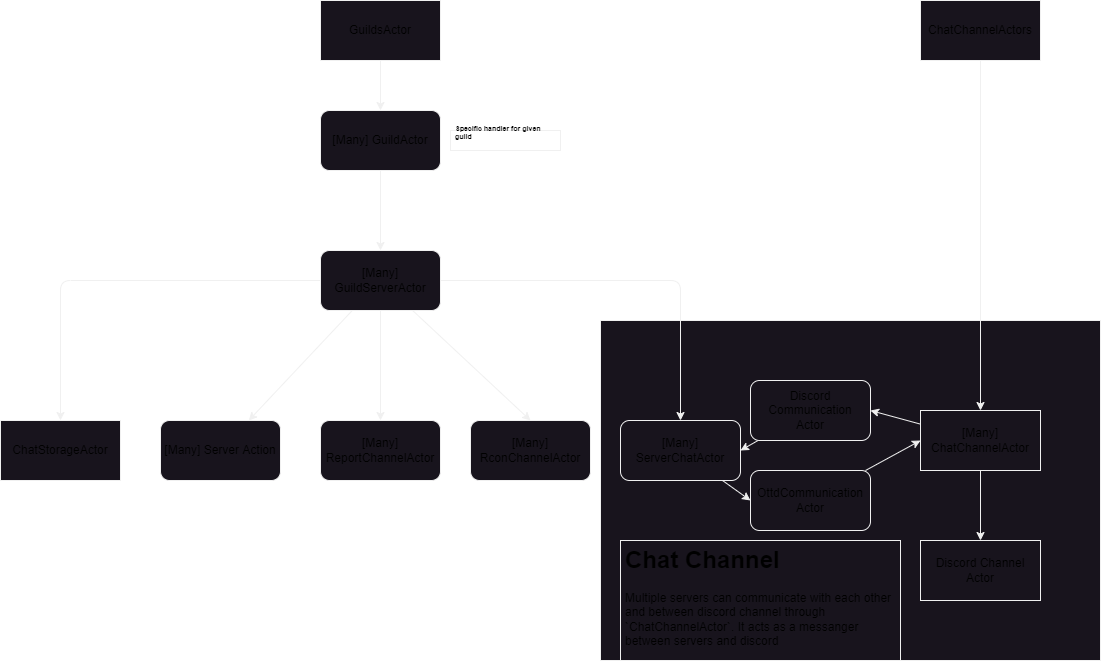
The draw.io diagram docs/akka.drawio.png in shoter/OpenttdDiscord, before a commit. Source tidied: cells renumbered, new cells last; positions are measured from the earlier drawing's top-left corner, leaving out a move shared by most shapes.
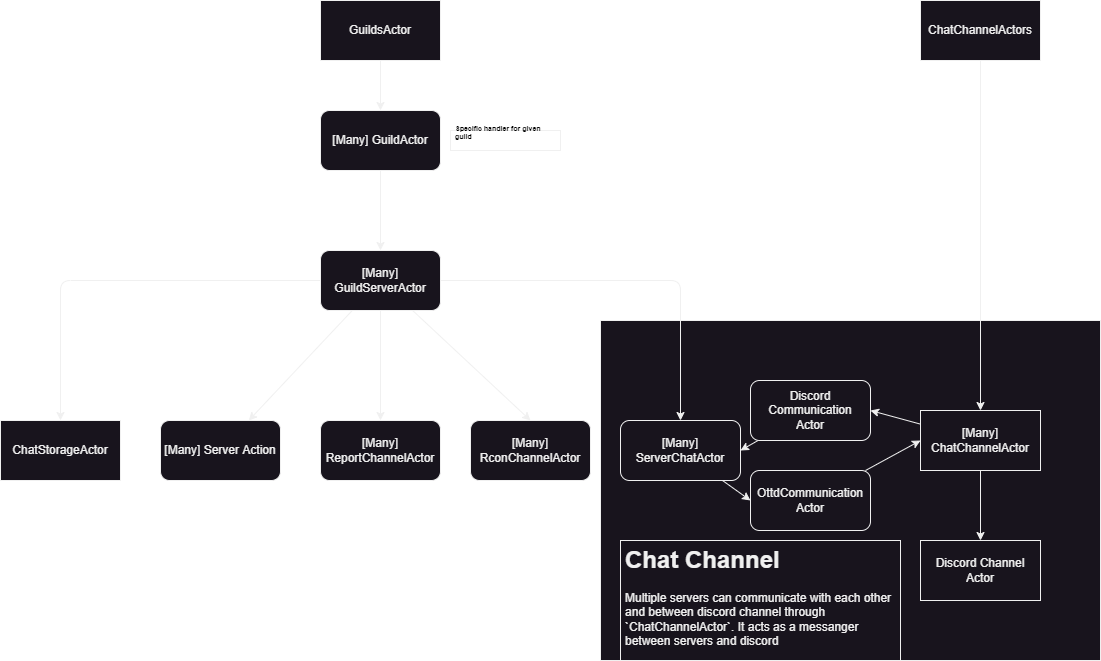
After the commit.

Commit message:
feat: font color in akka

Diff of the diagram source:
```diff
@@ -8,7 +8,7 @@
     <mxCell id="3" style="edgeStyle=none;html=1;strokeColor=#F0F0F0;" parent="1" edge="1" source="4" target="13">
       <mxGeometry relative="1" as="geometry" />
     </mxCell>
-    <mxCell id="4" value="[Many] GuildActor" style="rounded=1;whiteSpace=wrap;html=1;strokeColor=#f0f0f0;fillColor=#18141D;" parent="1" vertex="1">
+    <mxCell id="4" value="[Many] GuildActor" style="rounded=1;whiteSpace=wrap;html=1;strokeColor=#f0f0f0;fillColor=#18141D;fontColor=#F0F0F0;" parent="1" vertex="1">
       <mxGeometry x="320" y="110" width="120" height="60" as="geometry" />
     </mxCell>
     <mxCell id="5" value="&lt;h1 style=&quot;font-size: 7px;&quot;&gt;Specific handler for given guild&lt;/h1&gt;" style="text;html=1;strokeColor=#f0f0f0;fillColor=none;spacing=5;spacingTop=-20;whiteSpace=wrap;overflow=hidden;rounded=0;fontSize=7;verticalAlign=top;align=left;" parent="1" vertex="1">
@@ -17,7 +17,7 @@
     <mxCell id="6" style="edgeStyle=none;html=1;entryX=0.5;entryY=0;entryDx=0;entryDy=0;fontSize=12;strokeColor=#F0F0F0;" parent="1" edge="1" source="7" target="4">
       <mxGeometry relative="1" as="geometry" />
     </mxCell>
-    <mxCell id="7" value="GuildsActor" style="rounded=0;whiteSpace=wrap;html=1;fontSize=12;strokeColor=#f0f0f0;fillColor=#18141D;" parent="1" vertex="1">
+    <mxCell id="7" value="GuildsActor" style="rounded=0;whiteSpace=wrap;html=1;fontSize=12;strokeColor=#f0f0f0;fillColor=#18141D;fontColor=#F0F0F0;" parent="1" vertex="1">
       <mxGeometry x="320" width="120" height="60" as="geometry" />
     </mxCell>
     <mxCell id="8" style="edgeStyle=none;html=1;strokeColor=#F0F0F0;" parent="1" edge="1" source="13" target="14">
@@ -43,34 +43,34 @@
     <mxCell id="12" style="edgeStyle=none;html=1;entryX=0.5;entryY=0;entryDx=0;entryDy=0;strokeColor=#F0F0F0;" parent="1" edge="1" source="13" target="27">
       <mxGeometry relative="1" as="geometry" />
     </mxCell>
-    <mxCell id="13" value="[Many] GuildServerActor" style="rounded=1;whiteSpace=wrap;html=1;strokeColor=#f0f0f0;fillColor=#18141D;" parent="1" vertex="1">
+    <mxCell id="13" value="[Many] GuildServerActor" style="rounded=1;whiteSpace=wrap;html=1;strokeColor=#f0f0f0;fillColor=#18141D;fontColor=#F0F0F0;" parent="1" vertex="1">
       <mxGeometry x="320" y="250" width="120" height="60" as="geometry" />
     </mxCell>
-    <mxCell id="14" value="[Many] Server Action" style="rounded=1;whiteSpace=wrap;html=1;strokeColor=#f0f0f0;fillColor=#18141D;" parent="1" vertex="1">
+    <mxCell id="14" value="[Many] Server Action" style="rounded=1;whiteSpace=wrap;html=1;strokeColor=#f0f0f0;fillColor=#18141D;fontColor=#F0F0F0;" parent="1" vertex="1">
       <mxGeometry x="160" y="420" width="120" height="60" as="geometry" />
     </mxCell>
     <mxCell id="15" style="edgeStyle=none;html=1;entryX=0;entryY=0.5;entryDx=0;entryDy=0;strokeColor=#F0F0F0;" parent="1" edge="1" source="16" target="20">
       <mxGeometry relative="1" as="geometry" />
     </mxCell>
-    <mxCell id="16" value="[Many] ServerChatActor" style="rounded=1;whiteSpace=wrap;html=1;strokeColor=#f0f0f0;fillColor=#18141D;" parent="1" vertex="1">
+    <mxCell id="16" value="[Many] ServerChatActor" style="rounded=1;whiteSpace=wrap;html=1;strokeColor=#f0f0f0;fillColor=#18141D;fontColor=#F0F0F0;" parent="1" vertex="1">
       <mxGeometry x="620" y="420" width="120" height="60" as="geometry" />
     </mxCell>
     <mxCell id="17" style="edgeStyle=none;html=1;entryX=1;entryY=0.5;entryDx=0;entryDy=0;strokeColor=#F0F0F0;" parent="1" edge="1" source="18" target="16">
       <mxGeometry relative="1" as="geometry" />
     </mxCell>
-    <mxCell id="18" value="Discord Communication&lt;br&gt;Actor" style="rounded=1;whiteSpace=wrap;html=1;strokeColor=#f0f0f0;fillColor=#18141D;" parent="1" vertex="1">
+    <mxCell id="18" value="Discord Communication&lt;br&gt;Actor" style="rounded=1;whiteSpace=wrap;html=1;strokeColor=#f0f0f0;fillColor=#18141D;fontColor=#F0F0F0;" parent="1" vertex="1">
       <mxGeometry x="750" y="380" width="120" height="60" as="geometry" />
     </mxCell>
     <mxCell id="19" style="edgeStyle=none;html=1;entryX=0;entryY=0.5;entryDx=0;entryDy=0;strokeColor=#F0F0F0;" parent="1" edge="1" source="20" target="25">
       <mxGeometry relative="1" as="geometry" />
     </mxCell>
-    <mxCell id="20" value="OttdCommunication&lt;br&gt;Actor" style="rounded=1;whiteSpace=wrap;html=1;strokeColor=#f0f0f0;fillColor=#18141D;" parent="1" vertex="1">
+    <mxCell id="20" value="OttdCommunication&lt;br&gt;Actor" style="rounded=1;whiteSpace=wrap;html=1;strokeColor=#f0f0f0;fillColor=#18141D;fontColor=#F0F0F0;" parent="1" vertex="1">
       <mxGeometry x="750" y="470" width="120" height="60" as="geometry" />
     </mxCell>
     <mxCell id="21" style="edgeStyle=none;html=1;strokeColor=#F0F0F0;" parent="1" edge="1" source="22" target="25">
       <mxGeometry relative="1" as="geometry" />
     </mxCell>
-    <mxCell id="22" value="ChatChannelActors" style="rounded=0;whiteSpace=wrap;html=1;fontSize=12;strokeColor=#f0f0f0;fillColor=#18141D;" parent="1" vertex="1">
+    <mxCell id="22" value="ChatChannelActors" style="rounded=0;whiteSpace=wrap;html=1;fontSize=12;strokeColor=#f0f0f0;fillColor=#18141D;fontColor=#F0F0F0;" parent="1" vertex="1">
       <mxGeometry x="920" width="120" height="60" as="geometry" />
     </mxCell>
     <mxCell id="23" style="edgeStyle=none;html=1;strokeColor=#F0F0F0;" parent="1" edge="1" source="25" target="26">
@@ -79,22 +79,22 @@
     <mxCell id="24" style="edgeStyle=none;html=1;entryX=1;entryY=0.5;entryDx=0;entryDy=0;strokeColor=#F0F0F0;" parent="1" edge="1" source="25" target="18">
       <mxGeometry relative="1" as="geometry" />
     </mxCell>
-    <mxCell id="25" value="[Many] ChatChannelActor" style="rounded=0;whiteSpace=wrap;html=1;fontSize=12;strokeColor=#f0f0f0;fillColor=#18141D;" parent="1" vertex="1">
+    <mxCell id="25" value="[Many] ChatChannelActor" style="rounded=0;whiteSpace=wrap;html=1;fontSize=12;strokeColor=#f0f0f0;fillColor=#18141D;fontColor=#F0F0F0;" parent="1" vertex="1">
       <mxGeometry x="920" y="410" width="120" height="60" as="geometry" />
     </mxCell>
-    <mxCell id="26" value="Discord Channel Actor" style="rounded=0;whiteSpace=wrap;html=1;fontSize=12;strokeColor=#f0f0f0;fillColor=#18141D;" parent="1" vertex="1">
+    <mxCell id="26" value="Discord Channel Actor" style="rounded=0;whiteSpace=wrap;html=1;fontSize=12;strokeColor=#f0f0f0;fillColor=#18141D;fontColor=#F0F0F0;" parent="1" vertex="1">
       <mxGeometry x="920" y="540" width="120" height="60" as="geometry" />
     </mxCell>
-    <mxCell id="27" value="[Many]&lt;br&gt;RconChannelActor" style="rounded=1;whiteSpace=wrap;html=1;strokeColor=#f0f0f0;fillColor=#18141D;" parent="1" vertex="1">
+    <mxCell id="27" value="[Many]&lt;br&gt;RconChannelActor" style="rounded=1;whiteSpace=wrap;html=1;strokeColor=#f0f0f0;fillColor=#18141D;fontColor=#F0F0F0;" parent="1" vertex="1">
       <mxGeometry x="470" y="420" width="120" height="60" as="geometry" />
     </mxCell>
-    <mxCell id="28" value="[Many]&lt;br&gt;ReportChannelActor" style="rounded=1;whiteSpace=wrap;html=1;strokeColor=#f0f0f0;fillColor=#18141D;" parent="1" vertex="1">
+    <mxCell id="28" value="[Many]&lt;br&gt;ReportChannelActor" style="rounded=1;whiteSpace=wrap;html=1;strokeColor=#f0f0f0;fillColor=#18141D;fontColor=#F0F0F0;" parent="1" vertex="1">
       <mxGeometry x="320" y="420" width="120" height="60" as="geometry" />
     </mxCell>
-    <mxCell id="29" value="ChatStorageActor" style="rounded=0;whiteSpace=wrap;html=1;fontSize=12;strokeColor=#f0f0f0;fillColor=#18141D;" parent="1" vertex="1">
+    <mxCell id="29" value="ChatStorageActor" style="rounded=0;whiteSpace=wrap;html=1;fontSize=12;strokeColor=#f0f0f0;fillColor=#18141D;fontColor=#F0F0F0;" parent="1" vertex="1">
       <mxGeometry y="420" width="120" height="60" as="geometry" />
     </mxCell>
-    <mxCell id="30" value="&lt;h1&gt;Chat Channel&lt;/h1&gt;&lt;p&gt;Multiple servers can communicate with each other and between discord channel through `ChatChannelActor`. It acts as a messanger between servers and discord&lt;/p&gt;" style="text;html=1;strokeColor=#f0f0f0;fillColor=#18141D;spacing=5;spacingTop=-20;whiteSpace=wrap;overflow=hidden;rounded=0;" parent="1" vertex="1">
+    <mxCell id="30" value="&lt;h1&gt;Chat Channel&lt;/h1&gt;&lt;p&gt;Multiple servers can communicate with each other and between discord channel through `ChatChannelActor`. It acts as a messanger between servers and discord&lt;/p&gt;" style="text;html=1;strokeColor=#f0f0f0;fillColor=#18141D;spacing=5;spacingTop=-20;whiteSpace=wrap;overflow=hidden;rounded=0;fontColor=#F0F0F0;" parent="1" vertex="1">
       <mxGeometry x="620" y="540" width="280" height="120" as="geometry" />
     </mxCell>
   </root>
```
